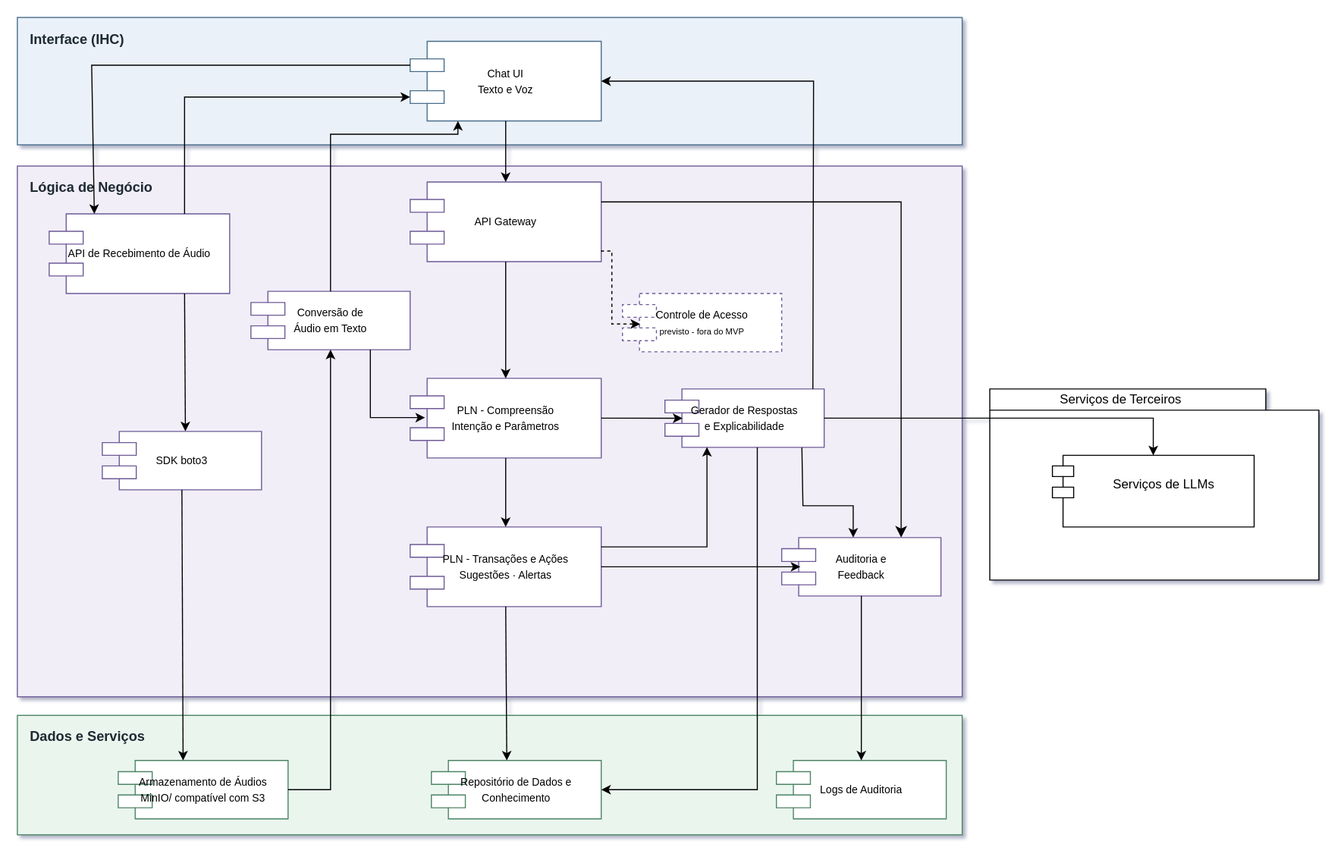
The draw.io diagram assets/diagrama_de_componentes.svg in AnaCris007/AZ1-MCP, before a commit. Source tidied: cells renumbered, new cells last; positions are measured from the earlier drawing's top-left corner, leaving out a move shared by most shapes.
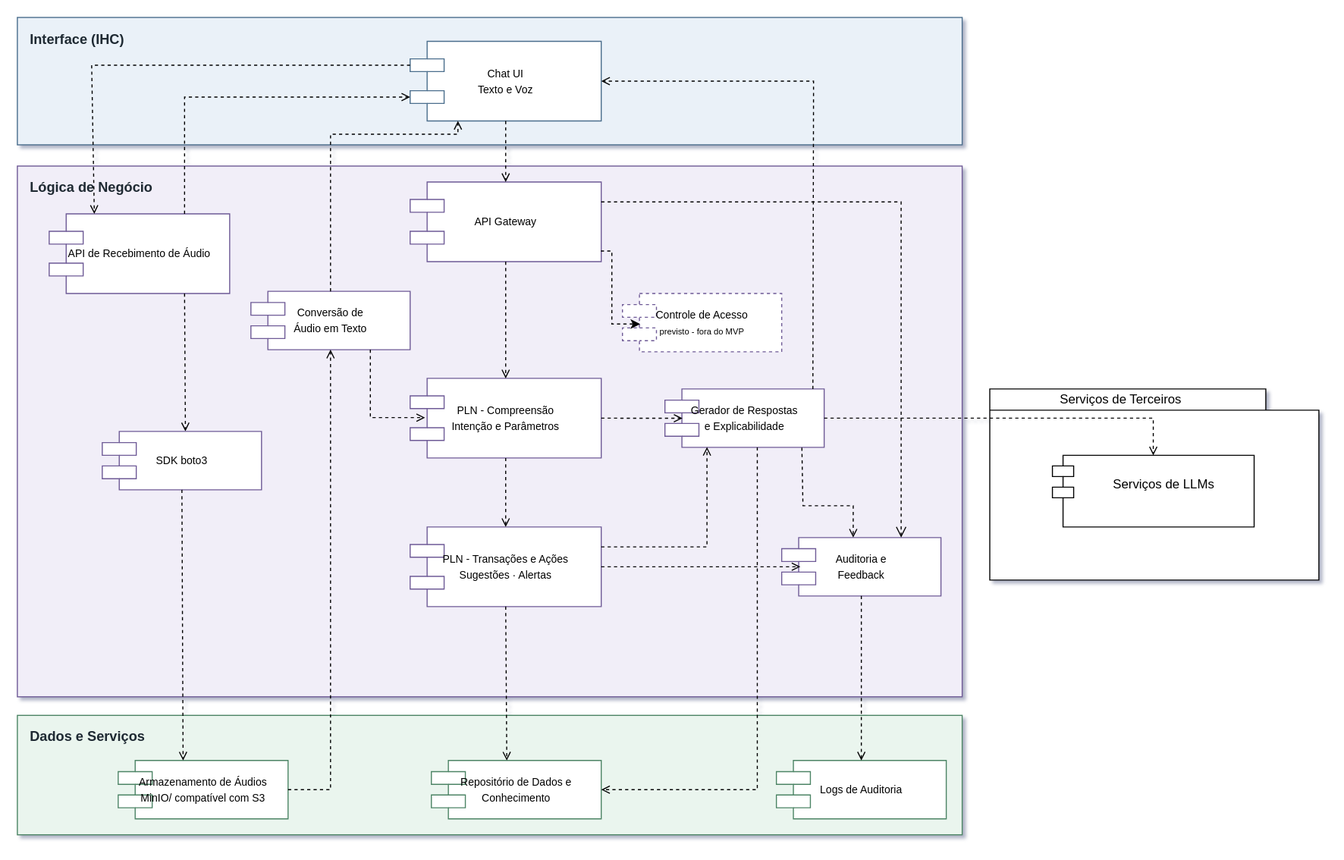
The same file after the commit.

Commit message:
docs: adicionar a versao atualizada do diagrama de componenetes e documentar #86

Change to the diagram source:
```diff
@@ -56,23 +56,23 @@
         </Array>
       </mxGeometry>
     </mxCell>
-    <mxCell id="18" style="edgeStyle=segmentEdgeStyle;endArrow=classic;html=1;curved=0;rounded=0;endSize=8;startSize=8;exitX=1;exitY=0.25;exitDx=0;exitDy=0;entryX=0.75;entryY=0;entryDx=0;entryDy=0;" parent="1" edge="1" source="6" target="11">
+    <mxCell id="18" style="edgeStyle=segmentEdgeStyle;endArrow=open;html=1;curved=0;rounded=0;endSize=8;startSize=8;exitX=1;exitY=0.25;exitDx=0;exitDy=0;entryX=0.75;entryY=0;entryDx=0;entryDy=0;endFill=0;dashed=1;" parent="1" edge="1" source="6" target="11">
       <mxGeometry relative="1" as="geometry" />
     </mxCell>
-    <mxCell id="19" style="endArrow=classic;html=1;rounded=0;exitX=1;exitY=0.5;exitDx=0;exitDy=0;entryX=0.11;entryY=0.502;entryDx=0;entryDy=0;entryPerimeter=0;" parent="1" edge="1" source="8" target="10">
+    <mxCell id="19" style="endArrow=open;html=1;rounded=0;exitX=1;exitY=0.5;exitDx=0;exitDy=0;entryX=0.11;entryY=0.502;entryDx=0;entryDy=0;entryPerimeter=0;endFill=0;dashed=1;" parent="1" edge="1" source="8" target="10">
       <mxGeometry relative="1" as="geometry" />
     </mxCell>
-    <mxCell id="20" style="endArrow=classic;html=1;rounded=0;exitX=1;exitY=0.25;exitDx=0;exitDy=0;entryX=0.264;entryY=0.994;entryDx=0;entryDy=0;entryPerimeter=0;" parent="1" edge="1" source="9" target="10">
+    <mxCell id="20" style="endArrow=open;html=1;rounded=0;exitX=1;exitY=0.25;exitDx=0;exitDy=0;entryX=0.264;entryY=0.994;entryDx=0;entryDy=0;entryPerimeter=0;endFill=0;dashed=1;" parent="1" edge="1" source="9" target="10">
       <mxGeometry relative="1" as="geometry">
         <Array as="points">
           <mxPoint x="649.6" y="498.8" />
         </Array>
       </mxGeometry>
     </mxCell>
-    <mxCell id="21" style="endArrow=classic;html=1;rounded=0;exitX=1;exitY=0.5;exitDx=0;exitDy=0;entryX=0.117;entryY=0.5;entryDx=0;entryDy=0;entryPerimeter=0;" parent="1" edge="1" source="9" target="11">
+    <mxCell id="21" style="endArrow=open;html=1;rounded=0;exitX=1;exitY=0.5;exitDx=0;exitDy=0;entryX=0.117;entryY=0.5;entryDx=0;entryDy=0;entryPerimeter=0;endFill=0;dashed=1;" parent="1" edge="1" source="9" target="11">
       <mxGeometry relative="1" as="geometry" />
     </mxCell>
-    <mxCell id="22" style="endArrow=classic;html=1;rounded=0;exitX=0.86;exitY=1.004;exitDx=0;exitDy=0;exitPerimeter=0;" parent="1" edge="1" source="10">
+    <mxCell id="22" style="endArrow=open;html=1;rounded=0;exitX=0.86;exitY=1.004;exitDx=0;exitDy=0;exitPerimeter=0;endFill=0;dashed=1;" parent="1" edge="1" source="10">
       <mxGeometry relative="1" as="geometry">
         <mxPoint x="787.4" y="490" as="targetPoint" />
         <Array as="points">
@@ -81,67 +81,67 @@
         </Array>
       </mxGeometry>
     </mxCell>
-    <mxCell id="23" style="endArrow=classic;html=1;rounded=0;exitX=0.929;exitY=0.002;exitDx=0;exitDy=0;exitPerimeter=0;entryX=1;entryY=0.5;entryDx=0;entryDy=0;" parent="1" edge="1" source="10" target="5">
+    <mxCell id="23" style="endArrow=open;html=1;rounded=0;exitX=0.929;exitY=0.002;exitDx=0;exitDy=0;exitPerimeter=0;entryX=1;entryY=0.5;entryDx=0;entryDy=0;endFill=0;dashed=1;" parent="1" edge="1" source="10" target="5">
       <mxGeometry relative="1" as="geometry">
         <Array as="points">
           <mxPoint x="750" y="60" />
         </Array>
       </mxGeometry>
     </mxCell>
-    <mxCell id="24" style="endArrow=classic;html=1;rounded=0;exitX=0.5;exitY=1;exitDx=0;exitDy=0;entryX=0.5;entryY=0;entryDx=0;entryDy=0;" parent="1" edge="1" source="11" target="13">
+    <mxCell id="24" style="endArrow=open;html=1;rounded=0;exitX=0.5;exitY=1;exitDx=0;exitDy=0;entryX=0.5;entryY=0;entryDx=0;entryDy=0;endFill=0;dashed=1;" parent="1" edge="1" source="11" target="13">
       <mxGeometry relative="1" as="geometry" />
     </mxCell>
-    <mxCell id="25" style="endArrow=classic;html=1;rounded=0;exitX=0;exitY=0.3;exitDx=0;exitDy=0;entryX=0.25;entryY=0;entryDx=0;entryDy=0;" parent="1" edge="1" source="5" target="14">
+    <mxCell id="25" style="endArrow=open;html=1;rounded=0;exitX=0;exitY=0.3;exitDx=0;exitDy=0;entryX=0.25;entryY=0;entryDx=0;entryDy=0;endFill=0;dashed=1;" parent="1" edge="1" source="5" target="14">
       <mxGeometry relative="1" as="geometry">
         <Array as="points">
           <mxPoint x="70" y="45" />
         </Array>
       </mxGeometry>
     </mxCell>
-    <mxCell id="26" style="endArrow=classic;html=1;rounded=0;exitX=0.75;exitY=0;exitDx=0;exitDy=0;entryX=0;entryY=0.7;entryDx=0;entryDy=0;" parent="1" edge="1" source="14" target="5">
+    <mxCell id="26" style="endArrow=open;html=1;rounded=0;exitX=0.75;exitY=0;exitDx=0;exitDy=0;entryX=0;entryY=0.7;entryDx=0;entryDy=0;dashed=1;endFill=0;" parent="1" edge="1" source="14" target="5">
       <mxGeometry relative="1" as="geometry">
         <Array as="points">
           <mxPoint x="157.5" y="75" />
         </Array>
       </mxGeometry>
     </mxCell>
-    <mxCell id="27" style="endArrow=classic;html=1;rounded=0;exitX=0.75;exitY=1;exitDx=0;exitDy=0;entryX=0.522;entryY=-0.003;entryDx=0;entryDy=0;entryPerimeter=0;" parent="1" edge="1" source="14" target="40">
+    <mxCell id="27" style="endArrow=open;html=1;rounded=0;exitX=0.75;exitY=1;exitDx=0;exitDy=0;entryX=0.522;entryY=-0.003;entryDx=0;entryDy=0;entryPerimeter=0;endFill=0;dashed=1;" parent="1" edge="1" source="14" target="40">
       <mxGeometry relative="1" as="geometry" />
     </mxCell>
-    <mxCell id="28" style="endArrow=classic;html=1;rounded=0;exitX=0.5;exitY=1;exitDx=0;exitDy=0;entryX=0.5;entryY=0;entryDx=0;entryDy=0;" parent="1" edge="1" source="5" target="6">
+    <mxCell id="28" style="endArrow=open;html=1;rounded=0;exitX=0.5;exitY=1;exitDx=0;exitDy=0;entryX=0.5;entryY=0;entryDx=0;entryDy=0;endFill=0;dashed=1;" parent="1" edge="1" source="5" target="6">
       <mxGeometry relative="1" as="geometry" />
     </mxCell>
-    <mxCell id="29" style="endArrow=classic;html=1;rounded=0;exitX=0.5;exitY=1;exitDx=0;exitDy=0;entryX=0.5;entryY=0;entryDx=0;entryDy=0;" parent="1" edge="1" source="6" target="8">
+    <mxCell id="29" style="endArrow=open;html=1;rounded=0;exitX=0.5;exitY=1;exitDx=0;exitDy=0;entryX=0.5;entryY=0;entryDx=0;entryDy=0;endFill=0;dashed=1;" parent="1" edge="1" source="6" target="8">
       <mxGeometry relative="1" as="geometry" />
     </mxCell>
-    <mxCell id="30" style="endArrow=classic;html=1;rounded=0;exitX=0.5;exitY=1;exitDx=0;exitDy=0;entryX=0.5;entryY=0;entryDx=0;entryDy=0;" parent="1" edge="1" source="8" target="9">
+    <mxCell id="30" style="endArrow=open;html=1;rounded=0;exitX=0.5;exitY=1;exitDx=0;exitDy=0;entryX=0.5;entryY=0;entryDx=0;entryDy=0;endFill=0;dashed=1;" parent="1" edge="1" source="8" target="9">
       <mxGeometry relative="1" as="geometry" />
     </mxCell>
-    <mxCell id="31" style="endArrow=classic;html=1;rounded=0;exitX=0.5;exitY=1;exitDx=0;exitDy=0;entryX=0.444;entryY=0;entryDx=0;entryDy=0;entryPerimeter=0;" parent="1" edge="1" source="9" target="12">
+    <mxCell id="31" style="endArrow=open;html=1;rounded=0;exitX=0.5;exitY=1;exitDx=0;exitDy=0;entryX=0.444;entryY=0;entryDx=0;entryDy=0;entryPerimeter=0;endFill=0;dashed=1;" parent="1" edge="1" source="9" target="12">
       <mxGeometry relative="1" as="geometry" />
     </mxCell>
-    <mxCell id="32" style="endArrow=classic;html=1;rounded=0;exitX=0.58;exitY=1;exitDx=0;exitDy=0;exitPerimeter=0;entryX=1;entryY=0.5;entryDx=0;entryDy=0;" parent="1" edge="1" source="10" target="12">
+    <mxCell id="32" style="endArrow=open;html=1;rounded=0;exitX=0.58;exitY=1;exitDx=0;exitDy=0;exitPerimeter=0;entryX=1;entryY=0.5;entryDx=0;entryDy=0;endFill=0;dashed=1;" parent="1" edge="1" source="10" target="12">
       <mxGeometry relative="1" as="geometry">
         <Array as="points">
           <mxPoint x="697" y="727.5" />
         </Array>
       </mxGeometry>
     </mxCell>
-    <mxCell id="33" style="endArrow=classic;html=1;rounded=0;exitX=1;exitY=0.5;exitDx=0;exitDy=0;entryX=0.5;entryY=1;entryDx=0;entryDy=0;" parent="1" edge="1" source="15" target="7">
+    <mxCell id="33" style="endArrow=open;html=1;rounded=0;exitX=1;exitY=0.5;exitDx=0;exitDy=0;entryX=0.5;entryY=1;entryDx=0;entryDy=0;endFill=0;dashed=1;" parent="1" edge="1" source="15" target="7">
       <mxGeometry relative="1" as="geometry">
         <Array as="points">
           <mxPoint x="295" y="727.5" />
         </Array>
       </mxGeometry>
     </mxCell>
-    <mxCell id="34" style="endArrow=classic;html=1;rounded=0;exitX=0.75;exitY=1;exitDx=0;exitDy=0;entryX=0.078;entryY=0.493;entryDx=0;entryDy=0;entryPerimeter=0;" parent="1" edge="1" source="7" target="8">
+    <mxCell id="34" style="endArrow=open;html=1;rounded=0;exitX=0.75;exitY=1;exitDx=0;exitDy=0;entryX=0.078;entryY=0.493;entryDx=0;entryDy=0;entryPerimeter=0;endFill=0;dashed=1;" parent="1" edge="1" source="7" target="8">
       <mxGeometry relative="1" as="geometry">
         <Array as="points">
           <mxPoint x="332.5" y="377" />
         </Array>
       </mxGeometry>
     </mxCell>
-    <mxCell id="35" style="endArrow=classic;html=1;rounded=0;exitX=0.5;exitY=0;exitDx=0;exitDy=0;entryX=0.25;entryY=1;entryDx=0;entryDy=0;" parent="1" edge="1" source="7" target="5">
+    <mxCell id="35" style="endArrow=open;html=1;rounded=0;exitX=0.5;exitY=0;exitDx=0;exitDy=0;entryX=0.25;entryY=1;entryDx=0;entryDy=0;endFill=0;dashed=1;" parent="1" edge="1" source="7" target="5">
       <mxGeometry relative="1" as="geometry">
         <Array as="points">
           <mxPoint x="295" y="110" />
@@ -158,7 +158,7 @@
     <mxCell id="38" value="&lt;div&gt;&lt;span style=&quot;background-color: transparent; color: light-dark(rgb(0, 0, 0), rgb(255, 255, 255));&quot;&gt;&lt;br&gt;&lt;/span&gt;&lt;/div&gt;&lt;div&gt;&lt;span style=&quot;background-color: transparent; color: light-dark(rgb(0, 0, 0), rgb(255, 255, 255));&quot;&gt;Serviços de LLMs&lt;/span&gt;&lt;/div&gt;" style="shape=module;align=left;spacingLeft=20;align=center;verticalAlign=top;whiteSpace=wrap;html=1;" parent="1" vertex="1">
       <mxGeometry x="975" y="412.5" width="190" height="67.5" as="geometry" />
     </mxCell>
-    <mxCell id="39" style="endArrow=classic;html=1;rounded=0;exitX=1;exitY=0.5;exitDx=0;exitDy=0;entryX=0.5;entryY=0;entryDx=0;entryDy=0;" parent="1" edge="1" source="10" target="38">
+    <mxCell id="39" style="endArrow=open;html=1;rounded=0;exitX=1;exitY=0.5;exitDx=0;exitDy=0;entryX=0.5;entryY=0;entryDx=0;entryDy=0;endFill=0;dashed=1;" parent="1" edge="1" source="10" target="38">
       <mxGeometry relative="1" as="geometry">
         <Array as="points">
           <mxPoint x="1070" y="377.5" />
@@ -168,7 +168,7 @@
     <mxCell id="40" value="&lt;span style=&quot;font-size: 10px;&quot;&gt;SDK boto3&lt;/span&gt;" style="shape=component;whiteSpace=wrap;html=1;fillColor=#FFFFFF;strokeColor=#6E5A96;fontSize=12;align=center;" parent="1" vertex="1">
       <mxGeometry x="80" y="390" width="150" height="55" as="geometry" />
     </mxCell>
-    <mxCell id="41" style="endArrow=classic;html=1;rounded=0;exitX=0.5;exitY=1;exitDx=0;exitDy=0;entryX=0.382;entryY=0;entryDx=0;entryDy=0;entryPerimeter=0;" parent="1" edge="1" source="40" target="15">
+    <mxCell id="41" style="endArrow=open;html=1;rounded=0;exitX=0.5;exitY=1;exitDx=0;exitDy=0;entryX=0.382;entryY=0;entryDx=0;entryDy=0;entryPerimeter=0;endFill=0;dashed=1;" parent="1" edge="1" source="40" target="15">
       <mxGeometry relative="1" as="geometry" />
     </mxCell>
   </root>
```
